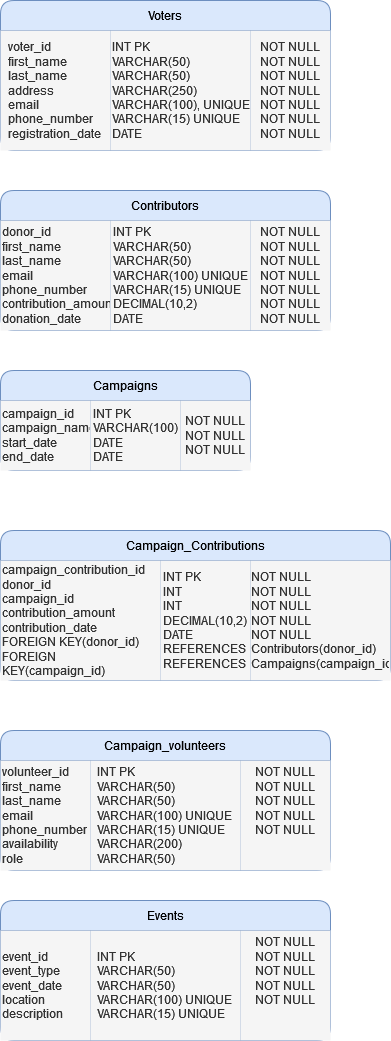
Above: DB_Gergely_Zsolnai_HW_Political_Campaign.png in gergelyzsolnai/Gergely_Zsolnai_AU24 (draw.io), before the change. Source tidied: cells renumbered, new cells last; positions are measured from the earlier drawing's top-left corner, leaving out a move shared by most shapes.
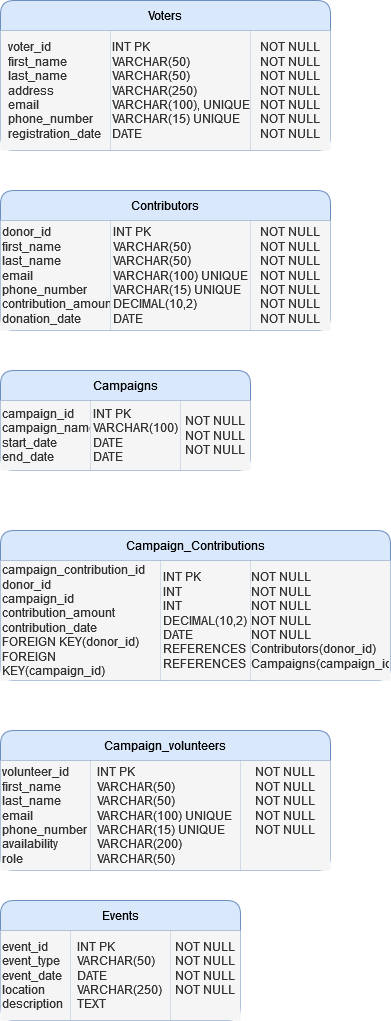
The same diagram one commit later.

What changed in the source:
```diff
@@ -78,19 +78,19 @@
       <mxGeometry x="240" width="90" height="110" as="geometry" />
     </mxCell>
     <mxCell id="27" value="Events" style="shape=table;startSize=30;fillColor=#dae8fc;strokeColor=#6c8ebf;rounded=1;" parent="1" vertex="1">
-      <mxGeometry y="900" width="330" height="140" as="geometry" />
+      <mxGeometry y="900" width="240" height="120" as="geometry" />
     </mxCell>
     <mxCell id="28" style="shape=tableRow;horizontal=0;startSize=0;swimlaneHead=0;swimlaneBody=0;strokeColor=inherit;top=0;left=0;bottom=0;right=0;fillColor=none;" parent="27" vertex="1">
-      <mxGeometry y="30" width="330" height="110" as="geometry" />
+      <mxGeometry y="30" width="240" height="90" as="geometry" />
     </mxCell>
     <mxCell id="29" value="&lt;div&gt;event_id&lt;/div&gt;&lt;div&gt;event_type&lt;/div&gt;&lt;div&gt;event_date&lt;/div&gt;&lt;div&gt;location&lt;/div&gt;&lt;div&gt;description&lt;br&gt;&lt;/div&gt;" style="shape=partialRectangle;html=1;whiteSpace=wrap;strokeColor=#666666;overflow=hidden;fillColor=#f5f5f5;top=0;left=0;bottom=0;right=0;align=left;fontColor=#333333;" parent="28" vertex="1">
-      <mxGeometry width="90" height="110" as="geometry" />
+      <mxGeometry width="70" height="90" as="geometry" />
     </mxCell>
-    <mxCell id="30" value="&lt;div align=&quot;left&quot;&gt;INT PK&lt;/div&gt;&lt;div align=&quot;left&quot;&gt;VARCHAR(50)&lt;/div&gt;&lt;div align=&quot;left&quot;&gt;VARCHAR(50)&lt;/div&gt;&lt;div align=&quot;left&quot;&gt;VARCHAR(100) UNIQUE&lt;br&gt;&lt;/div&gt;&lt;div align=&quot;left&quot;&gt;VARCHAR(15) UNIQUE&lt;/div&gt;" style="shape=partialRectangle;html=1;whiteSpace=wrap;strokeColor=#666666;overflow=hidden;fillColor=#f5f5f5;top=0;left=0;bottom=0;right=0;fontColor=#333333;" parent="28" vertex="1">
-      <mxGeometry x="90" width="150" height="110" as="geometry" />
+    <mxCell id="30" value="&lt;div align=&quot;left&quot;&gt;INT PK&lt;/div&gt;&lt;div align=&quot;left&quot;&gt;VARCHAR(50)&lt;/div&gt;&lt;div align=&quot;left&quot;&gt;DATE&lt;br&gt;&lt;/div&gt;&lt;div align=&quot;left&quot;&gt;VARCHAR(250)&lt;br&gt;&lt;/div&gt;&lt;div align=&quot;left&quot;&gt;TEXT&lt;br&gt;&lt;/div&gt;" style="shape=partialRectangle;html=1;whiteSpace=wrap;strokeColor=#666666;overflow=hidden;fillColor=#f5f5f5;top=0;left=0;bottom=0;right=0;fontColor=#333333;" parent="28" vertex="1">
+      <mxGeometry x="70" width="100" height="90" as="geometry" />
     </mxCell>
-    <mxCell id="31" value="&lt;div align=&quot;left&quot;&gt;NOT NULL&lt;/div&gt;&lt;div align=&quot;left&quot;&gt;NOT NULL&lt;/div&gt;&lt;div align=&quot;left&quot;&gt;NOT NULL&lt;/div&gt;&lt;div align=&quot;left&quot;&gt;NOT NULL&lt;/div&gt;&lt;div align=&quot;left&quot;&gt;NOT NULL&lt;/div&gt;&lt;div&gt;&lt;br&gt;&lt;/div&gt;&lt;div&gt;&lt;br&gt;&lt;/div&gt;" style="shape=partialRectangle;html=1;whiteSpace=wrap;strokeColor=#666666;overflow=hidden;fillColor=#f5f5f5;top=0;left=0;bottom=0;right=0;fontColor=#333333;" parent="28" vertex="1">
-      <mxGeometry x="240" width="90" height="110" as="geometry" />
+    <mxCell id="31" value="&lt;div align=&quot;left&quot;&gt;NOT NULL&lt;/div&gt;&lt;div align=&quot;left&quot;&gt;NOT NULL&lt;/div&gt;&lt;div align=&quot;left&quot;&gt;NOT NULL&lt;/div&gt;&lt;div align=&quot;left&quot;&gt;NOT NULL&lt;/div&gt;&lt;div align=&quot;left&quot;&gt;&lt;br&gt;&lt;/div&gt;" style="shape=partialRectangle;html=1;whiteSpace=wrap;strokeColor=#666666;overflow=hidden;fillColor=#f5f5f5;top=0;left=0;bottom=0;right=0;fontColor=#333333;" parent="28" vertex="1">
+      <mxGeometry x="170" width="70" height="90" as="geometry" />
     </mxCell>
   </root>
 </mxGraphModel>
```
